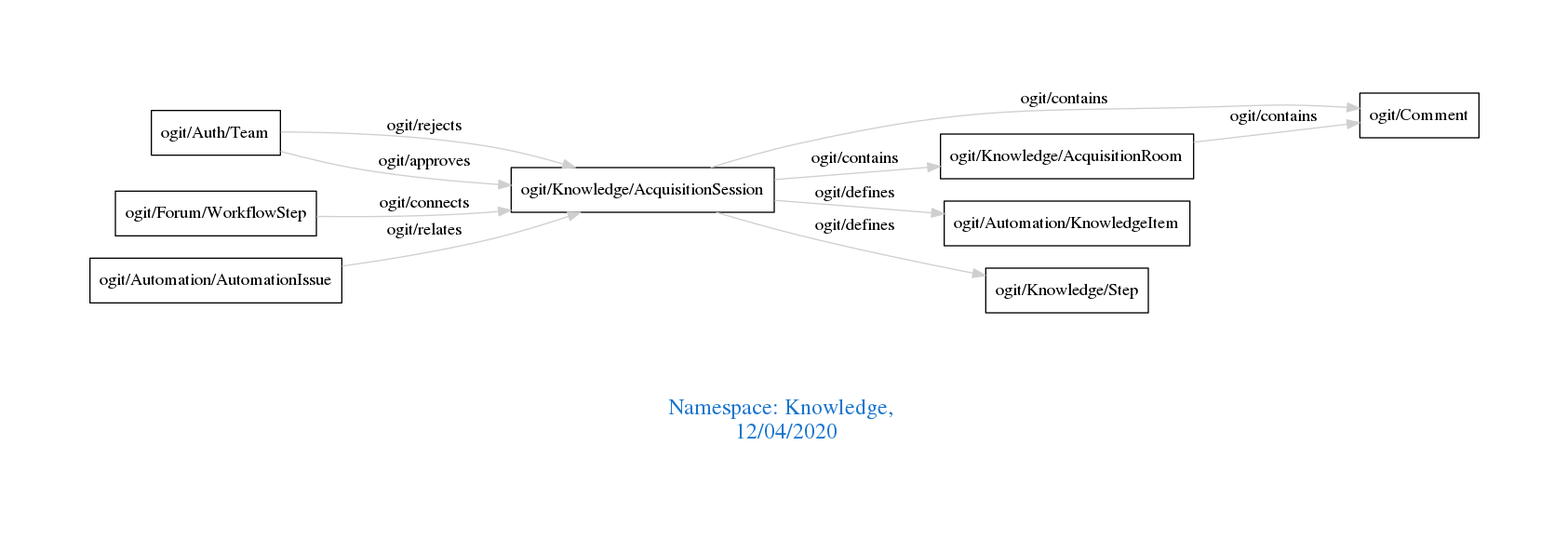
Before: downloads/Knowledge.png, a diagram exported from Graphviz (arago/OGIT). Its source is kept beside it as downloads/Knowledge.dot.
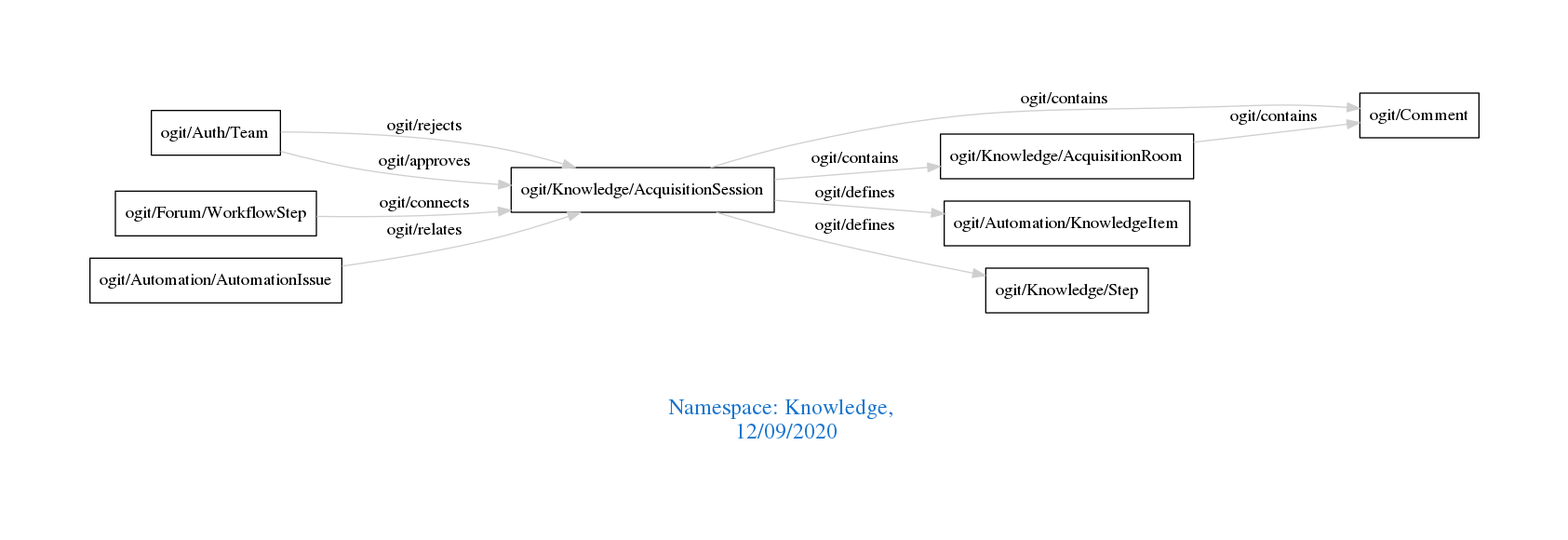
The same file after the commit.

Change to the diagram source:
```diff
@@ -1,7 +1,7 @@
 digraph OGIT_ontology {
  graph [ rankdir= LR,pad=1
 fontsize = 18,
-fontcolor= dodgerblue3,label = "\n\n\nNamespace: Knowledge, \n 12/04/2020"];
+fontcolor= dodgerblue3,label = "\n\n\nNamespace: Knowledge, \n 12/09/2020"];
 node[shape=polygon];
 edge [  color="gray81"];
 
```
